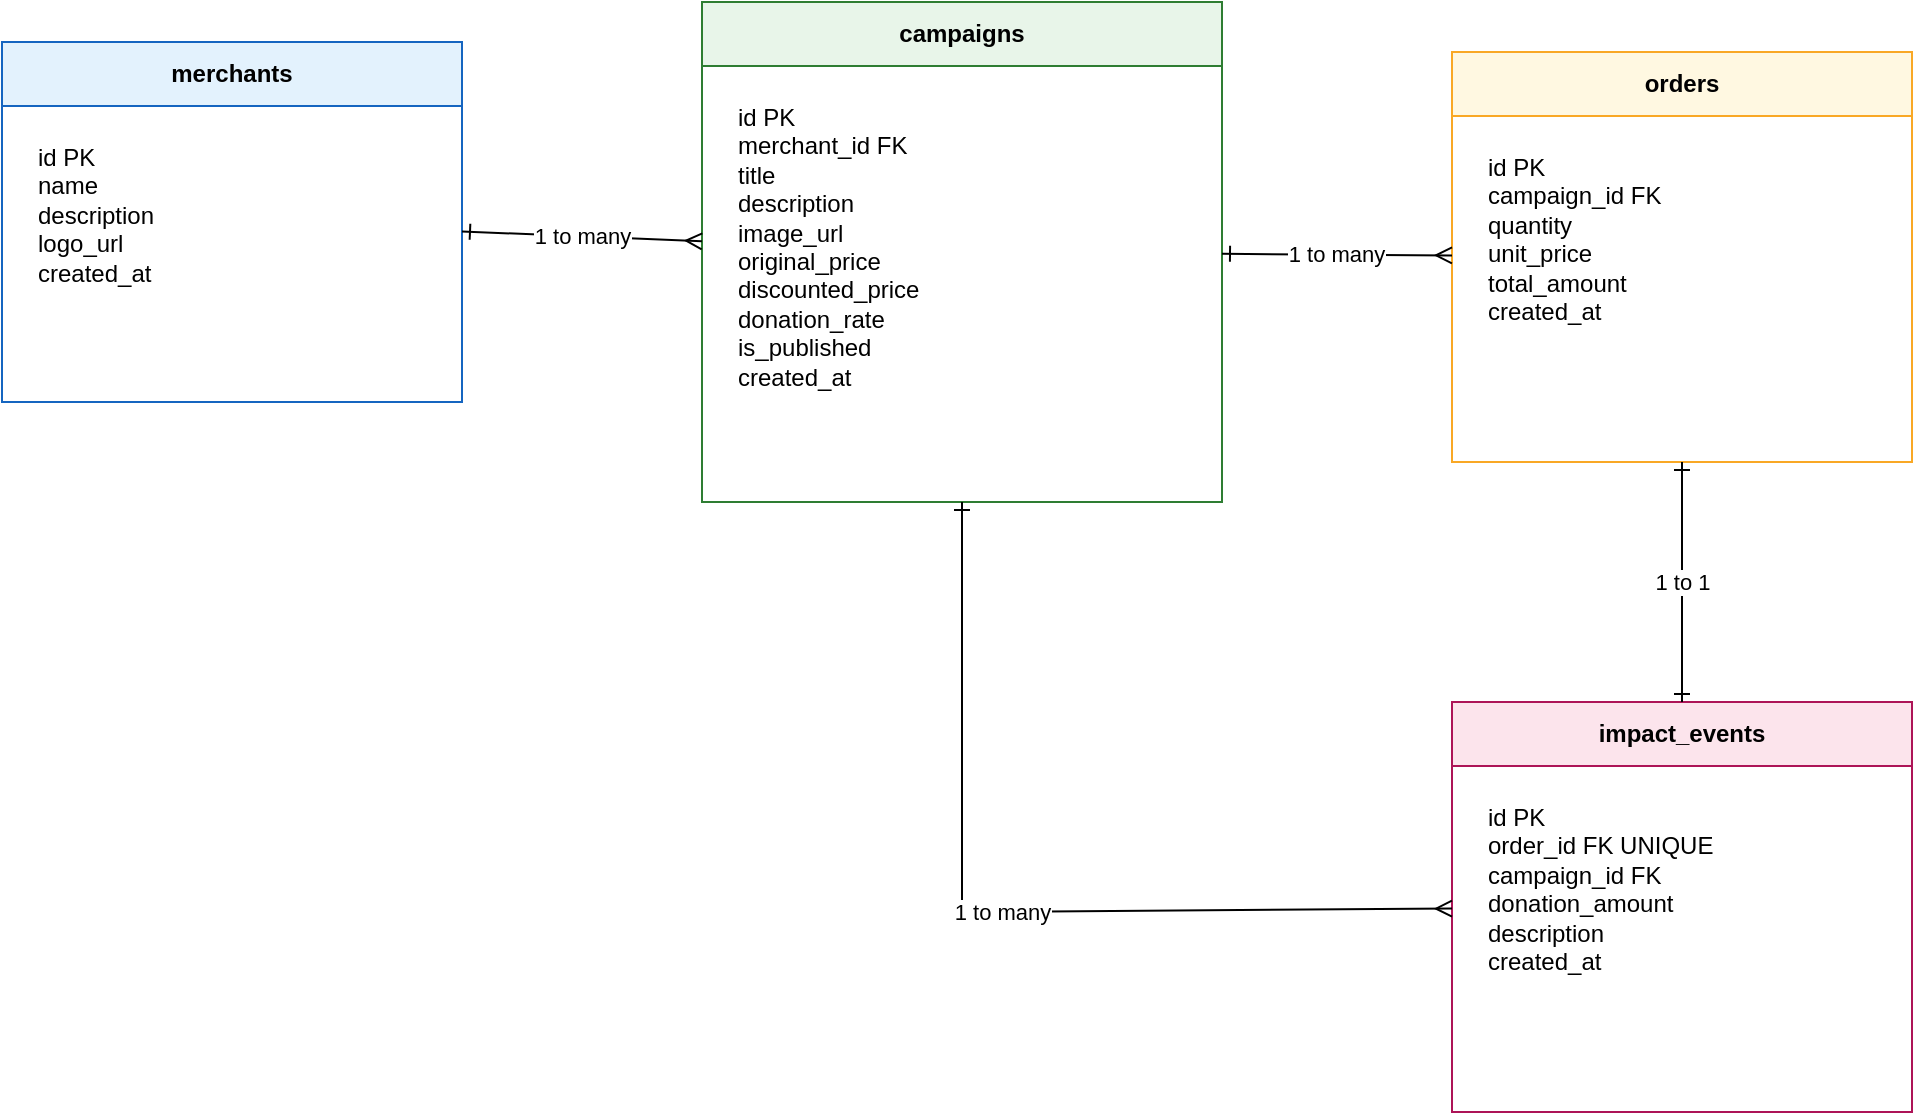
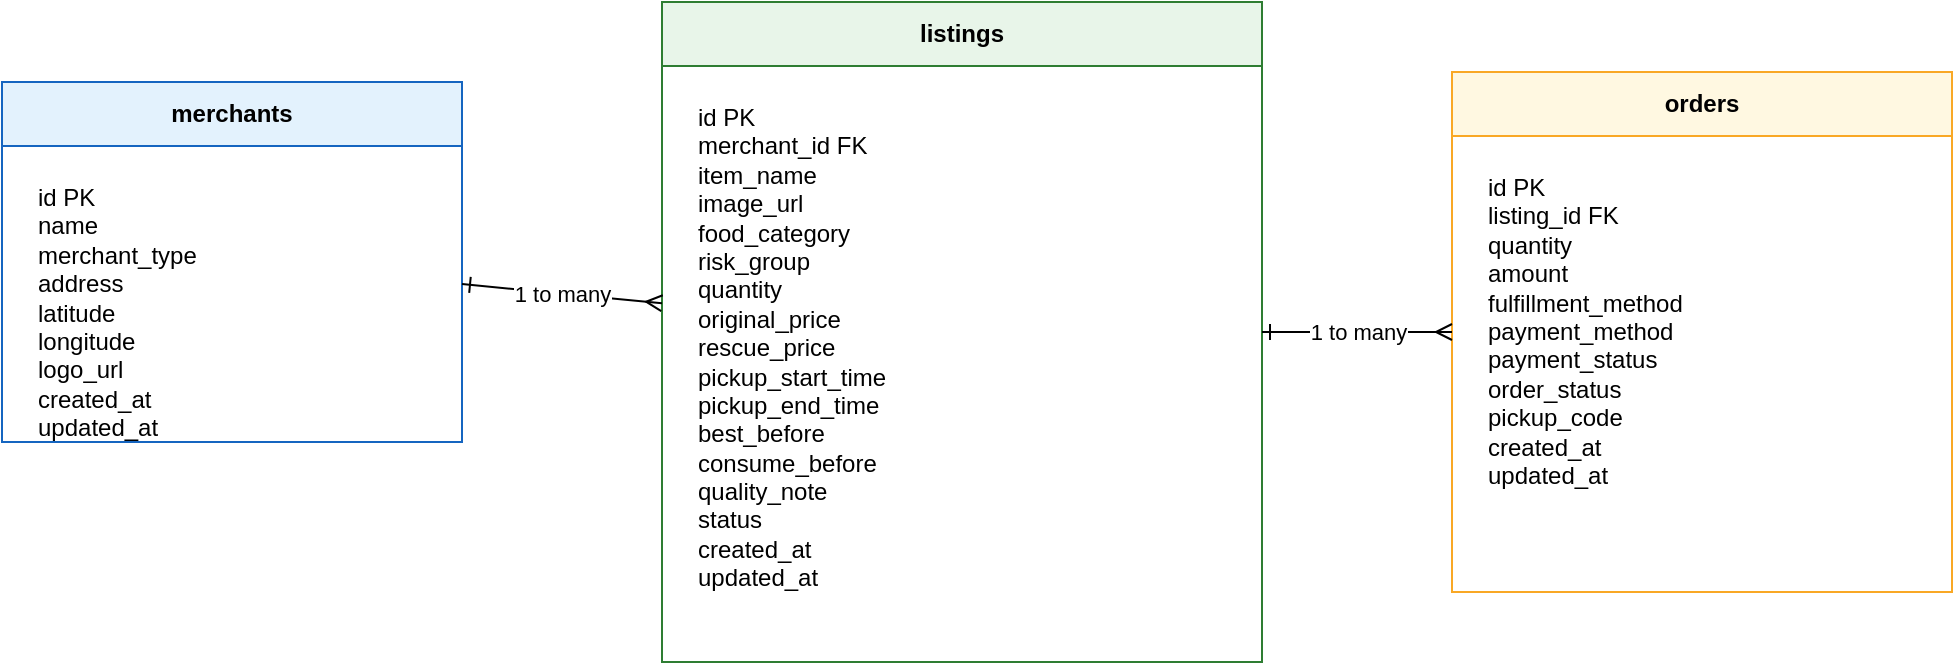
<mxfile host="65bd71144e">
    <diagram id="database" name="Database ERD">
        <mxGraphModel dx="960" dy="563" grid="1" gridSize="10" guides="1" tooltips="1" connect="1" arrows="1" fold="1" page="1" pageScale="1" pageWidth="1100" pageHeight="850" math="0" shadow="0">
            <root>
                <mxCell id="0"/>
                <mxCell id="1" parent="0"/>
                <mxCell id="merchants" value="merchants" style="swimlane;whiteSpace=wrap;html=1;startSize=32;fillColor=#e3f2fd;strokeColor=#1565c0;" parent="1" vertex="1">
                    <mxGeometry x="80" y="100" width="230" height="180" as="geometry"/>
                </mxCell>
-                 <mxCell id="merchants-fields" value="id PK&#xa;name&#xa;description&#xa;logo_url&#xa;created_at" style="text;whiteSpace=wrap;html=1;strokeColor=none;fillColor=none;align=left;verticalAlign=top;" parent="merchants" vertex="1">
+                 <mxCell id="merchants-fields" value="id PK&#xa;name&#xa;merchant_type&#xa;address&#xa;latitude&#xa;longitude&#xa;logo_url&#xa;created_at&#xa;updated_at" style="text;whiteSpace=wrap;html=1;strokeColor=none;fillColor=none;align=left;verticalAlign=top;" parent="merchants" vertex="1">
                    <mxGeometry x="16" y="44" width="198" height="116" as="geometry"/>
                </mxCell>
-                 <mxCell id="campaigns" value="campaigns" style="swimlane;whiteSpace=wrap;html=1;startSize=32;fillColor=#e8f5e9;strokeColor=#2e7d32;" parent="1" vertex="1">
-                     <mxGeometry x="430" y="80" width="260" height="250" as="geometry"/>
+                 <mxCell id="listings" value="listings" style="swimlane;whiteSpace=wrap;html=1;startSize=32;fillColor=#e8f5e9;strokeColor=#2e7d32;" parent="1" vertex="1">
+                     <mxGeometry x="410" y="60" width="300" height="330" as="geometry"/>
                </mxCell>
-                 <mxCell id="campaigns-fields" value="id PK&#xa;merchant_id FK&#xa;title&#xa;description&#xa;image_url&#xa;original_price&#xa;discounted_price&#xa;donation_rate&#xa;is_published&#xa;created_at" style="text;whiteSpace=wrap;html=1;strokeColor=none;fillColor=none;align=left;verticalAlign=top;" parent="campaigns" vertex="1">
-                     <mxGeometry x="16" y="44" width="228" height="190" as="geometry"/>
+                 <mxCell id="listings-fields" value="id PK&#xa;merchant_id FK&#xa;item_name&#xa;image_url&#xa;food_category&#xa;risk_group&#xa;quantity&#xa;original_price&#xa;rescue_price&#xa;pickup_start_time&#xa;pickup_end_time&#xa;best_before&#xa;consume_before&#xa;quality_note&#xa;status&#xa;created_at&#xa;updated_at" style="text;whiteSpace=wrap;html=1;strokeColor=none;fillColor=none;align=left;verticalAlign=top;" parent="listings" vertex="1">
+                     <mxGeometry x="16" y="44" width="268" height="270" as="geometry"/>
                </mxCell>
                <mxCell id="orders" value="orders" style="swimlane;whiteSpace=wrap;html=1;startSize=32;fillColor=#fff8e1;strokeColor=#f9a825;" parent="1" vertex="1">
-                     <mxGeometry x="805" y="105" width="230" height="205" as="geometry"/>
+                     <mxGeometry x="805" y="95" width="250" height="260" as="geometry"/>
                </mxCell>
-                 <mxCell id="orders-fields" value="id PK&#xa;campaign_id FK&#xa;quantity&#xa;unit_price&#xa;total_amount&#xa;created_at" style="text;whiteSpace=wrap;html=1;strokeColor=none;fillColor=none;align=left;verticalAlign=top;" parent="orders" vertex="1">
-                     <mxGeometry x="16" y="44" width="198" height="140" as="geometry"/>
+                 <mxCell id="orders-fields" value="id PK&#xa;listing_id FK&#xa;quantity&#xa;amount&#xa;fulfillment_method&#xa;payment_method&#xa;payment_status&#xa;order_status&#xa;pickup_code&#xa;created_at&#xa;updated_at" style="text;whiteSpace=wrap;html=1;strokeColor=none;fillColor=none;align=left;verticalAlign=top;" parent="orders" vertex="1">
+                     <mxGeometry x="16" y="44" width="218" height="195" as="geometry"/>
                </mxCell>
-                 <mxCell id="impact-events" value="impact_events" style="swimlane;whiteSpace=wrap;html=1;startSize=32;fillColor=#fce4ec;strokeColor=#ad1457;" parent="1" vertex="1">
-                     <mxGeometry x="805" y="430" width="230" height="205" as="geometry"/>
-                 </mxCell>
-                 <mxCell id="impact-fields" value="id PK&#xa;order_id FK UNIQUE&#xa;campaign_id FK&#xa;donation_amount&#xa;description&#xa;created_at" style="text;whiteSpace=wrap;html=1;strokeColor=none;fillColor=none;align=left;verticalAlign=top;" parent="impact-events" vertex="1">
-                     <mxGeometry x="16" y="44" width="198" height="140" as="geometry"/>
-                 </mxCell>
-                 <mxCell id="merchant-campaign-edge" value="1 to many" style="endArrow=ERmany;startArrow=ERone;html=1;rounded=0;" parent="1" source="merchants" target="campaigns" edge="1">
+                 <mxCell id="merchant-listing-edge" value="1 to many" style="endArrow=ERmany;startArrow=ERone;html=1;rounded=0;" parent="1" source="merchants" target="listings" edge="1">
                    <mxGeometry relative="1" as="geometry"/>
                </mxCell>
-                 <mxCell id="campaign-order-edge" value="1 to many" style="endArrow=ERmany;startArrow=ERone;html=1;rounded=0;" parent="1" source="campaigns" target="orders" edge="1">
+                 <mxCell id="listing-order-edge" value="1 to many" style="endArrow=ERmany;startArrow=ERone;html=1;rounded=0;" parent="1" source="listings" target="orders" edge="1">
                    <mxGeometry relative="1" as="geometry"/>
-                 </mxCell>
-                 <mxCell id="order-impact-edge" value="1 to 1" style="endArrow=ERone;startArrow=ERone;html=1;rounded=0;" parent="1" source="orders" target="impact-events" edge="1">
-                     <mxGeometry relative="1" as="geometry"/>
-                 </mxCell>
-                 <mxCell id="campaign-impact-edge" value="1 to many" style="endArrow=ERmany;startArrow=ERone;html=1;rounded=0;" parent="1" source="campaigns" target="impact-events" edge="1">
-                     <mxGeometry relative="1" as="geometry">
-                         <Array as="points">
-                             <mxPoint x="560" y="535"/>
-                         </Array>
-                     </mxGeometry>
                </mxCell>
            </root>
        </mxGraphModel>
    </diagram>
- </mxfile>+ </mxfile>
